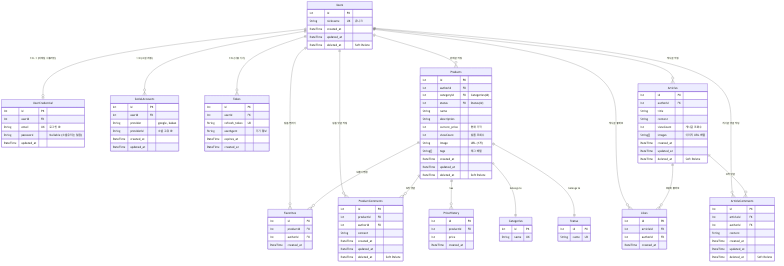
Before: sprint-mission-7/erd.png, a diagram exported from Mermaid (GeonSoon1/6-sprint-mission). Its source is kept beside it as sprint-mission-7/erd.mmd.
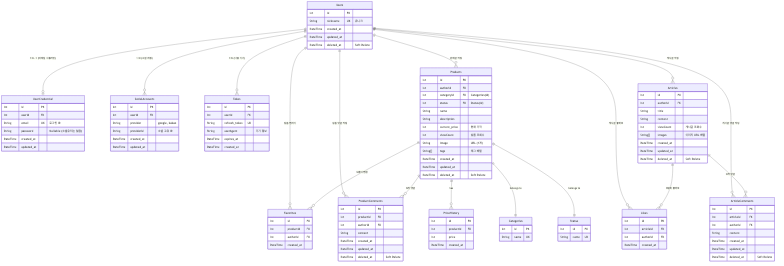
The same file after the commit.

Commit message:
feat: schema.sql에 맞춰 모든 파일 업데이트 및 ERD 이미지 재생성

What changed in the source:
```diff
@@ -13,6 +13,7 @@
         Int userId FK
         String email UK "로그인 ID"
         String password "Nullable (소셜유저는 없음)"
+        DateTime created_at
         DateTime updated_at
     }
 
@@ -50,7 +51,7 @@
         DateTime deleted_at "Soft Delete"
     }
 
-    PriceHistory{
+    PriceHistory {
         Int id PK
         Int productId FK
         Int price
@@ -96,7 +97,7 @@
         DateTime deleted_at "Soft Delete"
     }
 
-    Likes{
+    Likes {
         Int id PK
         Int articleId FK
         Int authorId FK
```
